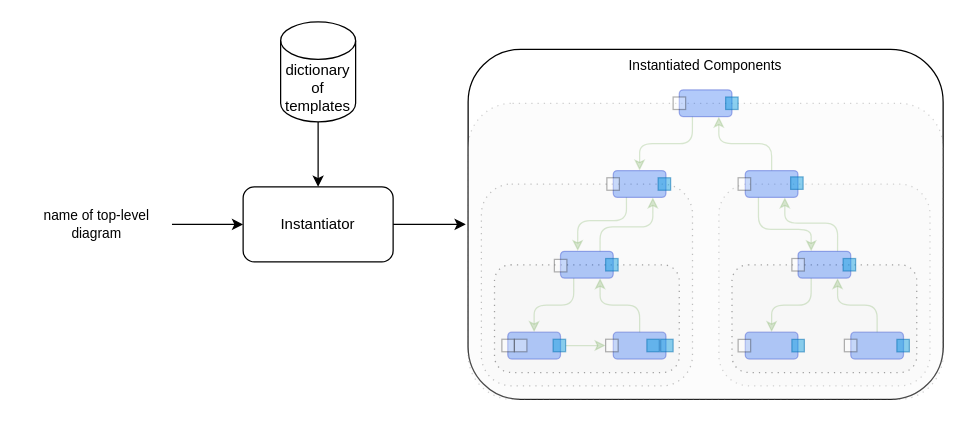
The draw.io diagram page "3. instantiate" (3 of 6) of helloworld0d/doc/Towards DPLs.drawio in guitarvydas/onward, before the edit. Source tidied: cells renumbered, new cells numbered last; positions are measured from the earlier drawing's top-left corner, leaving out a move shared by most shapes. Both pictures are drawn from the tidied source at 125%, with x=0, y=0 at pixel (21, 21).
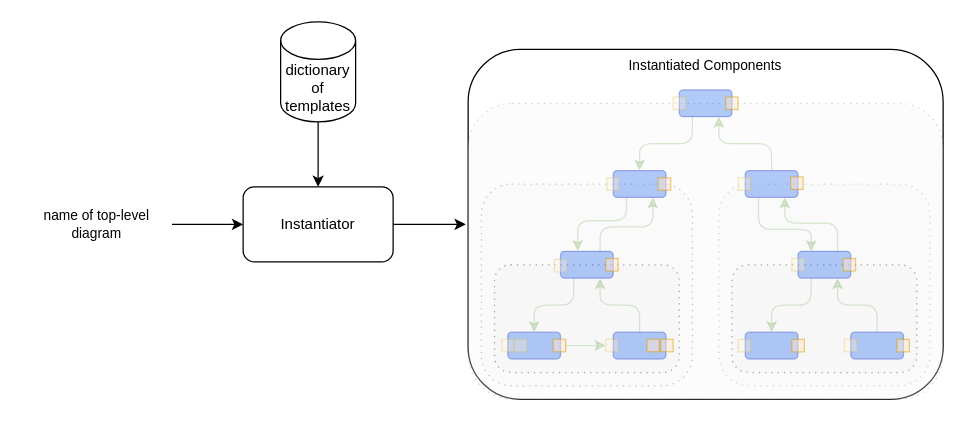
The same diagram, later.

The change refers to these unchanged cells:
```xml
<mxCell id="3" value="Instantiated Components" style="rounded=1;whiteSpace=wrap;html=1;fontFamily=Helvetica;fontSize=11;fontColor=default;labelBackgroundColor=default;verticalAlign=top;" parent="1" vertex="1">
  <mxGeometry x="357" y="22" width="380" height="280" as="geometry" />
</mxCell>
```

The edit, as a diff of the source:
```diff
@@
-    <mxCell id="28" style="rounded=1;whiteSpace=wrap;html=1;fontFamily=Helvetica;fontSize=11;labelBackgroundColor=default;opacity=30;arcSize=0;" parent="3" vertex="1">
+    <mxCell id="28" style="rounded=1;whiteSpace=wrap;html=1;fontFamily=Helvetica;fontSize=11;labelBackgroundColor=default;opacity=30;arcSize=0;fillColor=#fff2cc;strokeColor=#d6b656;" parent="3" vertex="1">
       <mxGeometry x="27" y="231.9" width="10" height="10" as="geometry" />
     </mxCell>
-    <mxCell id="29" style="rounded=1;whiteSpace=wrap;html=1;fontFamily=Helvetica;fontSize=11;labelBackgroundColor=default;opacity=30;arcSize=0;" parent="3" vertex="1">
+    <mxCell id="29" style="rounded=1;whiteSpace=wrap;html=1;fontFamily=Helvetica;fontSize=11;labelBackgroundColor=default;opacity=30;arcSize=0;fillColor=#fff2cc;strokeColor=#d6b656;" parent="3" vertex="1">
       <mxGeometry x="37" y="231.9" width="10" height="10" as="geometry" />
     </mxCell>
-    <mxCell id="30" style="rounded=1;whiteSpace=wrap;html=1;fontFamily=Helvetica;fontSize=11;labelBackgroundColor=default;opacity=30;arcSize=0;" parent="3" vertex="1">
+    <mxCell id="30" style="rounded=1;whiteSpace=wrap;html=1;fontFamily=Helvetica;fontSize=11;labelBackgroundColor=default;opacity=30;arcSize=0;fillColor=#fff2cc;strokeColor=#d6b656;" parent="3" vertex="1">
       <mxGeometry x="110" y="231.9" width="10" height="10" as="geometry" />
     </mxCell>
@@
-    <mxCell id="32" style="rounded=1;whiteSpace=wrap;html=1;fontFamily=Helvetica;fontSize=11;labelBackgroundColor=default;fillColor=#1ba1e2;strokeColor=#006EAF;opacity=50;arcSize=0;fontColor=#ffffff;" parent="3" vertex="1">
+    <mxCell id="32" style="rounded=1;whiteSpace=wrap;html=1;fontFamily=Helvetica;fontSize=11;labelBackgroundColor=default;fillColor=#ffe6cc;strokeColor=#d79b00;opacity=50;arcSize=0;" parent="3" vertex="1">
       <mxGeometry x="68" y="231.9" width="10" height="10" as="geometry" />
     </mxCell>
-    <mxCell id="33" style="rounded=1;whiteSpace=wrap;html=1;fontFamily=Helvetica;fontSize=11;labelBackgroundColor=default;fillColor=#1ba1e2;strokeColor=#006EAF;opacity=50;arcSize=0;fontColor=#ffffff;" parent="3" vertex="1">
+    <mxCell id="33" style="rounded=1;whiteSpace=wrap;html=1;fontFamily=Helvetica;fontSize=11;labelBackgroundColor=default;fillColor=#ffe6cc;strokeColor=#d79b00;opacity=50;arcSize=0;" parent="3" vertex="1">
       <mxGeometry x="143" y="231.9" width="10" height="10" as="geometry" />
     </mxCell>
-    <mxCell id="34" style="rounded=1;whiteSpace=wrap;html=1;fontFamily=Helvetica;fontSize=11;labelBackgroundColor=default;fillColor=#1ba1e2;strokeColor=#006EAF;opacity=50;arcSize=0;fontColor=#ffffff;" parent="3" vertex="1">
+    <mxCell id="34" style="rounded=1;whiteSpace=wrap;html=1;fontFamily=Helvetica;fontSize=11;labelBackgroundColor=default;fillColor=#ffe6cc;strokeColor=#d79b00;opacity=50;arcSize=0;" parent="3" vertex="1">
       <mxGeometry x="154" y="231.9" width="10" height="10" as="geometry" />
     </mxCell>
-    <mxCell id="35" style="rounded=1;whiteSpace=wrap;html=1;fontFamily=Helvetica;fontSize=11;labelBackgroundColor=default;fillColor=#1ba1e2;strokeColor=#006EAF;opacity=50;arcSize=0;fontColor=#ffffff;" parent="3" vertex="1">
+    <mxCell id="35" style="rounded=1;whiteSpace=wrap;html=1;fontFamily=Helvetica;fontSize=11;labelBackgroundColor=default;fillColor=#ffe6cc;strokeColor=#d79b00;opacity=50;arcSize=0;" parent="3" vertex="1">
       <mxGeometry x="110" y="167.3" width="10" height="10" as="geometry" />
     </mxCell>
-    <mxCell id="36" style="rounded=1;whiteSpace=wrap;html=1;fontFamily=Helvetica;fontSize=11;labelBackgroundColor=default;fillColor=#1ba1e2;strokeColor=#006EAF;opacity=50;arcSize=0;fontColor=#ffffff;" parent="3" vertex="1">
+    <mxCell id="36" style="rounded=1;whiteSpace=wrap;html=1;fontFamily=Helvetica;fontSize=11;labelBackgroundColor=default;fillColor=#ffe6cc;strokeColor=#d79b00;opacity=50;arcSize=0;" parent="3" vertex="1">
       <mxGeometry x="152" y="102.7" width="10" height="10" as="geometry" />
     </mxCell>
-    <mxCell id="37" style="rounded=1;whiteSpace=wrap;html=1;fontFamily=Helvetica;fontSize=11;labelBackgroundColor=default;fillColor=#1ba1e2;strokeColor=#006EAF;opacity=50;arcSize=0;fontColor=#ffffff;" parent="3" vertex="1">
+    <mxCell id="37" style="rounded=1;whiteSpace=wrap;html=1;fontFamily=Helvetica;fontSize=11;labelBackgroundColor=default;fillColor=#ffe6cc;strokeColor=#d79b00;opacity=50;arcSize=0;" parent="3" vertex="1">
       <mxGeometry x="258" y="102" width="10" height="10" as="geometry" />
     </mxCell>
-    <mxCell id="38" style="rounded=1;whiteSpace=wrap;html=1;fontFamily=Helvetica;fontSize=11;labelBackgroundColor=default;fillColor=#1ba1e2;strokeColor=#006EAF;opacity=50;arcSize=0;fontColor=#ffffff;" parent="3" vertex="1">
+    <mxCell id="38" style="rounded=1;whiteSpace=wrap;html=1;fontFamily=Helvetica;fontSize=11;labelBackgroundColor=default;fillColor=#ffe6cc;strokeColor=#d79b00;opacity=50;arcSize=0;" parent="3" vertex="1">
       <mxGeometry x="300" y="167.3" width="10" height="10" as="geometry" />
     </mxCell>
-    <mxCell id="39" style="rounded=1;whiteSpace=wrap;html=1;fontFamily=Helvetica;fontSize=11;labelBackgroundColor=default;fillColor=#1ba1e2;strokeColor=#006EAF;opacity=50;arcSize=0;fontColor=#ffffff;" parent="3" vertex="1">
+    <mxCell id="39" style="rounded=1;whiteSpace=wrap;html=1;fontFamily=Helvetica;fontSize=11;labelBackgroundColor=default;fillColor=#ffe6cc;strokeColor=#d79b00;opacity=50;arcSize=0;" parent="3" vertex="1">
       <mxGeometry x="259" y="232" width="10" height="10" as="geometry" />
     </mxCell>
-    <mxCell id="40" style="rounded=1;whiteSpace=wrap;html=1;fontFamily=Helvetica;fontSize=11;labelBackgroundColor=default;fillColor=#1ba1e2;strokeColor=#006EAF;opacity=50;arcSize=0;fontColor=#ffffff;" parent="3" vertex="1">
+    <mxCell id="40" style="rounded=1;whiteSpace=wrap;html=1;fontFamily=Helvetica;fontSize=11;labelBackgroundColor=default;fillColor=#ffe6cc;strokeColor=#d79b00;opacity=50;arcSize=0;" parent="3" vertex="1">
       <mxGeometry x="343" y="232" width="10" height="10" as="geometry" />
     </mxCell>
-    <mxCell id="41" style="rounded=1;whiteSpace=wrap;html=1;fontFamily=Helvetica;fontSize=11;labelBackgroundColor=default;fillColor=#1ba1e2;strokeColor=#006EAF;opacity=50;arcSize=0;fontColor=#ffffff;" parent="3" vertex="1">
+    <mxCell id="41" style="rounded=1;whiteSpace=wrap;html=1;fontFamily=Helvetica;fontSize=11;labelBackgroundColor=default;fillColor=#ffe6cc;strokeColor=#d79b00;opacity=50;arcSize=0;" parent="3" vertex="1">
       <mxGeometry x="206" y="38.1" width="10" height="10" as="geometry" />
     </mxCell>
-    <mxCell id="42" style="rounded=1;whiteSpace=wrap;html=1;fontFamily=Helvetica;fontSize=11;labelBackgroundColor=default;opacity=30;arcSize=0;" parent="3" vertex="1">
+    <mxCell id="42" style="rounded=1;whiteSpace=wrap;html=1;fontFamily=Helvetica;fontSize=11;labelBackgroundColor=default;opacity=30;arcSize=0;fillColor=#fff2cc;strokeColor=#d6b656;" parent="3" vertex="1">
       <mxGeometry x="69" y="168" width="10" height="10" as="geometry" />
     </mxCell>
-    <mxCell id="43" style="rounded=1;whiteSpace=wrap;html=1;fontFamily=Helvetica;fontSize=11;labelBackgroundColor=default;opacity=30;arcSize=0;" parent="3" vertex="1">
+    <mxCell id="43" style="rounded=1;whiteSpace=wrap;html=1;fontFamily=Helvetica;fontSize=11;labelBackgroundColor=default;opacity=30;arcSize=0;fillColor=#fff2cc;strokeColor=#d6b656;" parent="3" vertex="1">
       <mxGeometry x="111" y="102.7" width="10" height="10" as="geometry" />
     </mxCell>
-    <mxCell id="44" style="rounded=1;whiteSpace=wrap;html=1;fontFamily=Helvetica;fontSize=11;labelBackgroundColor=default;opacity=30;arcSize=0;" parent="3" vertex="1">
+    <mxCell id="44" style="rounded=1;whiteSpace=wrap;html=1;fontFamily=Helvetica;fontSize=11;labelBackgroundColor=default;opacity=30;arcSize=0;fillColor=#fff2cc;strokeColor=#d6b656;" parent="3" vertex="1">
       <mxGeometry x="164" y="38.1" width="10" height="10" as="geometry" />
     </mxCell>
-    <mxCell id="45" style="rounded=1;whiteSpace=wrap;html=1;fontFamily=Helvetica;fontSize=11;labelBackgroundColor=default;opacity=30;arcSize=0;" parent="3" vertex="1">
+    <mxCell id="45" style="rounded=1;whiteSpace=wrap;html=1;fontFamily=Helvetica;fontSize=11;labelBackgroundColor=default;opacity=30;arcSize=0;fillColor=#fff2cc;strokeColor=#d6b656;" parent="3" vertex="1">
       <mxGeometry x="216" y="102.7" width="10" height="10" as="geometry" />
     </mxCell>
-    <mxCell id="46" style="rounded=1;whiteSpace=wrap;html=1;fontFamily=Helvetica;fontSize=11;labelBackgroundColor=default;opacity=30;arcSize=0;" parent="3" vertex="1">
+    <mxCell id="46" style="rounded=1;whiteSpace=wrap;html=1;fontFamily=Helvetica;fontSize=11;labelBackgroundColor=default;opacity=30;arcSize=0;fillColor=#fff2cc;strokeColor=#d6b656;" parent="3" vertex="1">
       <mxGeometry x="259" y="167.3" width="10" height="10" as="geometry" />
     </mxCell>
-    <mxCell id="47" style="rounded=1;whiteSpace=wrap;html=1;fontFamily=Helvetica;fontSize=11;labelBackgroundColor=default;opacity=30;arcSize=0;" parent="3" vertex="1">
+    <mxCell id="47" style="rounded=1;whiteSpace=wrap;html=1;fontFamily=Helvetica;fontSize=11;labelBackgroundColor=default;opacity=30;arcSize=0;fillColor=#fff2cc;strokeColor=#d6b656;" parent="3" vertex="1">
       <mxGeometry x="216" y="232" width="10" height="10" as="geometry" />
     </mxCell>
-    <mxCell id="48" style="rounded=1;whiteSpace=wrap;html=1;fontFamily=Helvetica;fontSize=11;labelBackgroundColor=default;opacity=30;arcSize=0;" parent="3" vertex="1">
+    <mxCell id="48" style="rounded=1;whiteSpace=wrap;html=1;fontFamily=Helvetica;fontSize=11;labelBackgroundColor=default;opacity=30;arcSize=0;fillColor=#fff2cc;strokeColor=#d6b656;" parent="3" vertex="1">
       <mxGeometry x="301" y="231.9" width="10" height="10" as="geometry" />
     </mxCell>
```
